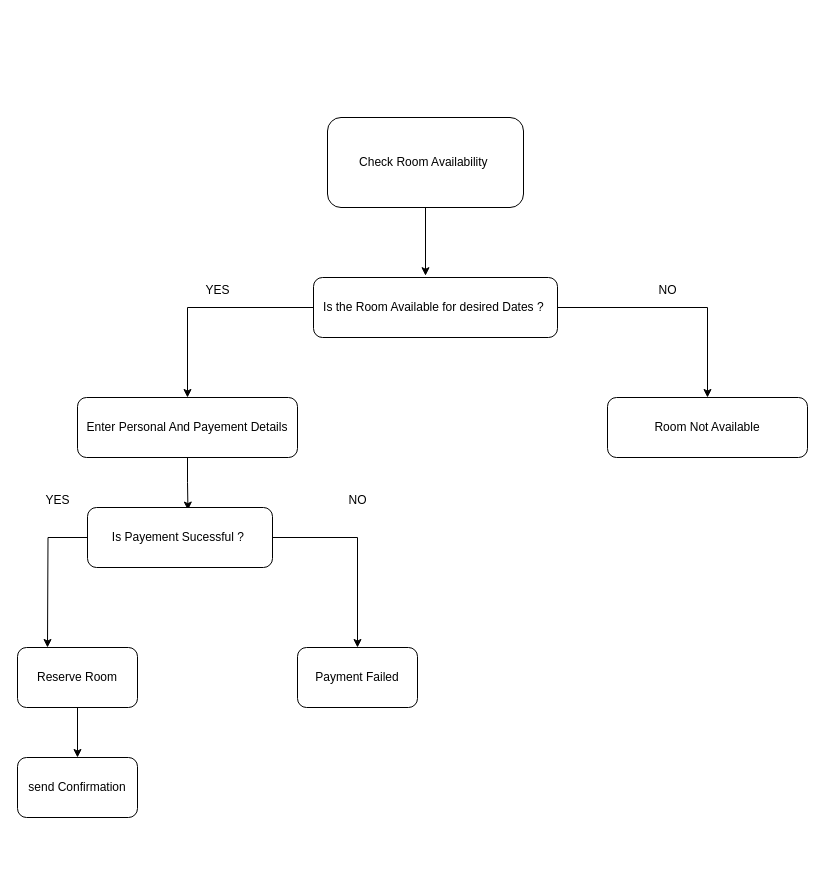
The draw.io diagram Untitled Diagram.drawio in Tanaya-Bhide/PROJECT-MANAGEMENT, before the edit. Source tidied: cells renumbered, new cells numbered last; positions are measured from the earlier drawing's top-left corner, leaving out a move shared by most shapes. Both pictures are drawn from the tidied source at 100%, with x=0, y=0 at pixel (17, 117).
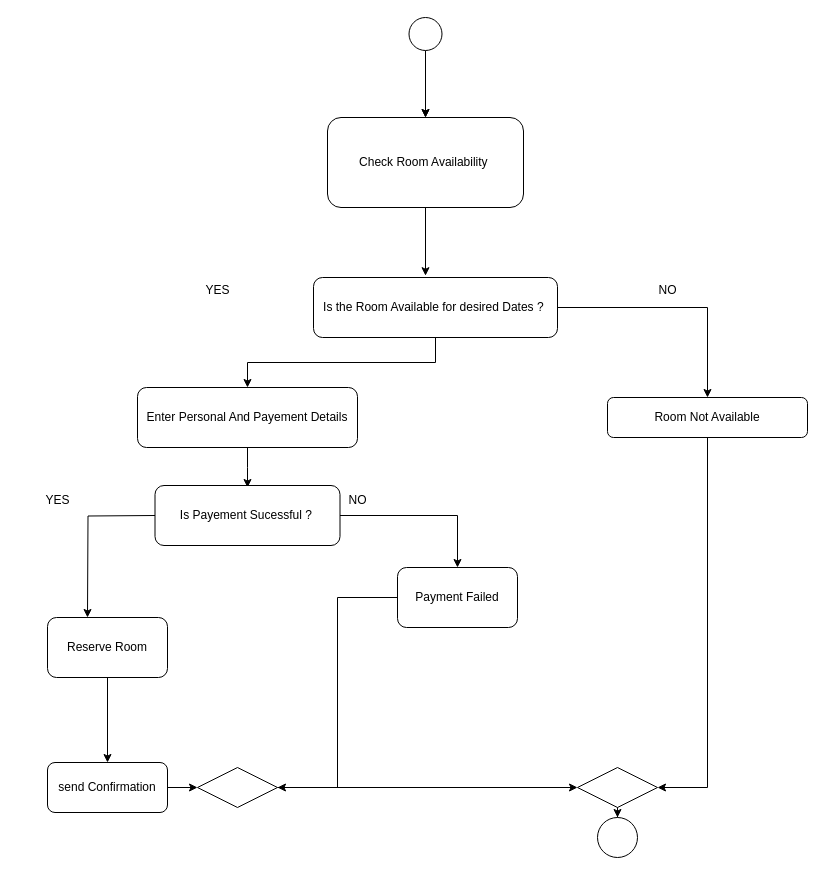
The same diagram, later.

The change refers to these unchanged cells:
```xml
<mxCell id="3" value="Check Room Availability&amp;nbsp;" style="rounded=1;whiteSpace=wrap;html=1;" parent="1" vertex="1">
  <mxGeometry x="310" width="196" height="90" as="geometry" />
</mxCell>
```

Diff of the diagram source:
```diff
@@
-    <mxCell id="7" style="edgeStyle=orthogonalEdgeStyle;rounded=0;jettySize=auto;html=1;entryX=0.543;entryY=0.043;entryDx=0;entryDy=0;entryPerimeter=0;" parent="1" edge="1" source="8" target="14">
-      <mxGeometry relative="1" as="geometry" />
-    </mxCell>
+    <mxCell id="21" style="edgeStyle=orthogonalEdgeStyle;rounded=0;jettySize=auto;html=1;" parent="1" edge="1" source="8">
+      <mxGeometry relative="1" as="geometry">
+        <mxPoint x="230" y="370" as="targetPoint" />
+      </mxGeometry>
+    </mxCell>
     <mxCell id="8" value="Enter Personal And Payement Details" style="rounded=1;whiteSpace=wrap;html=1;" parent="1" vertex="1">
-      <mxGeometry x="60" y="280" width="220" height="60" as="geometry" />
+      <mxGeometry x="120" y="270" width="220" height="60" as="geometry" />
     </mxCell>
+    <mxCell id="22" style="edgeStyle=orthogonalEdgeStyle;rounded=0;jettySize=auto;html=1;entryX=1;entryY=0.5;entryDx=0;entryDy=0;" parent="1" edge="1" source="9" target="28">
+      <mxGeometry relative="1" as="geometry" />
+    </mxCell>
     <mxCell id="9" value="Room Not Available" style="rounded=1;whiteSpace=wrap;html=1;" parent="1" vertex="1">
-      <mxGeometry x="590" y="280" width="200" height="60" as="geometry" />
+      <mxGeometry x="590" y="280" width="200" height="40" as="geometry" />
     </mxCell>
@@
-    <mxCell id="12" style="edgeStyle=orthogonalEdgeStyle;rounded=0;jettySize=auto;html=1;" parent="1" edge="1" source="14">
+    <mxCell id="12" style="edgeStyle=orthogonalEdgeStyle;rounded=0;orthogonalLoop=1;jettySize=auto;html=1;" parent="1" edge="1">
       <mxGeometry relative="1" as="geometry">
-        <mxPoint x="30" y="530" as="targetPoint" />
+        <mxPoint x="137.5" y="398" as="sourcePoint" />
+        <mxPoint x="70" y="500" as="targetPoint" />
       </mxGeometry>
     </mxCell>
@@
     <mxCell id="14" value="Is Payement Sucessful ?&amp;nbsp;" style="rounded=1;whiteSpace=wrap;html=1;" parent="1" vertex="1">
-      <mxGeometry x="70" y="390" width="185" height="60" as="geometry" />
+      <mxGeometry x="137.5" y="368" width="185" height="60" as="geometry" />
     </mxCell>
@@
     <mxCell id="16" value="Reserve Room" style="rounded=1;whiteSpace=wrap;html=1;" parent="1" vertex="1">
-      <mxGeometry y="530" width="120" height="60" as="geometry" />
+      <mxGeometry x="30" y="500" width="120" height="60" as="geometry" />
     </mxCell>
@@
+    <mxCell id="23" style="edgeStyle=orthogonalEdgeStyle;rounded=0;jettySize=auto;html=1;entryX=1;entryY=0.5;entryDx=0;entryDy=0;" parent="1" edge="1" source="18" target="26">
+      <mxGeometry relative="1" as="geometry" />
+    </mxCell>
     <mxCell id="18" value="Payment Failed" style="rounded=1;whiteSpace=wrap;html=1;" parent="1" vertex="1">
-      <mxGeometry x="280" y="530" width="120" height="60" as="geometry" />
+      <mxGeometry x="380" y="450" width="120" height="60" as="geometry" />
     </mxCell>
@@
+    <mxCell id="24" style="edgeStyle=orthogonalEdgeStyle;rounded=0;jettySize=auto;html=1;entryX=0;entryY=0.5;entryDx=0;entryDy=0;" parent="1" edge="1" source="20" target="26">
+      <mxGeometry relative="1" as="geometry" />
+    </mxCell>
     <mxCell id="20" value="send Confirmation" style="rounded=1;whiteSpace=wrap;html=1;" parent="1" vertex="1">
-      <mxGeometry y="640" width="120" height="60" as="geometry" />
+      <mxGeometry x="30" y="645" width="120" height="50" as="geometry" />
     </mxCell>
+    <mxCell id="25" style="edgeStyle=orthogonalEdgeStyle;rounded=0;jettySize=auto;html=1;" parent="1" edge="1" source="26" target="28">
+      <mxGeometry relative="1" as="geometry" />
+    </mxCell>
+    <mxCell id="26" style="rhombus;whiteSpace=wrap;html=1;" parent="1" vertex="1">
+      <mxGeometry x="180" y="650" width="80" height="40" as="geometry" />
+    </mxCell>
+    <mxCell id="27" style="edgeStyle=orthogonalEdgeStyle;rounded=0;jettySize=auto;html=1;" parent="1" edge="1" source="28" target="29">
+      <mxGeometry relative="1" as="geometry" />
+    </mxCell>
+    <mxCell id="28" style="rhombus;whiteSpace=wrap;html=1;" parent="1" vertex="1">
+      <mxGeometry x="560" y="650" width="80" height="40" as="geometry" />
+    </mxCell>
+    <mxCell id="29" style="ellipse;whiteSpace=wrap;html=1;strokeColor=#000000;" parent="1" vertex="1">
+      <mxGeometry x="580" y="700" width="40" height="40" as="geometry" />
+    </mxCell>
+    <mxCell id="30" style="edgeStyle=orthogonalEdgeStyle;rounded=0;jettySize=auto;html=1;entryX=0.5;entryY=0;entryDx=0;entryDy=0;" parent="1" edge="1" source="32" target="3">
+      <mxGeometry relative="1" as="geometry" />
+    </mxCell>
+    <mxCell id="31" style="edgeStyle=orthogonalEdgeStyle;rounded=0;jettySize=auto;html=1;" parent="1" edge="1" source="32" target="3">
+      <mxGeometry relative="1" as="geometry" />
+    </mxCell>
+    <mxCell id="32" style="ellipse;whiteSpace=wrap;html=1;" parent="1" vertex="1">
+      <mxGeometry x="391.5" y="-100" width="33" height="33" as="geometry" />
+    </mxCell>
```
